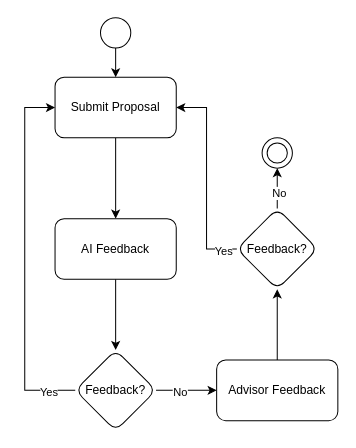
Before: gpt-feedback-process.drawio in fabian-emilius/bachelor-thesis-charts, a draw.io diagram. Source tidied: cells renumbered, new cells numbered last; positions are measured from the earlier drawing's top-left corner, leaving out a move shared by most shapes. Both pictures are drawn from the tidied source at 101%, with x=0, y=0 at pixel (24, 17).
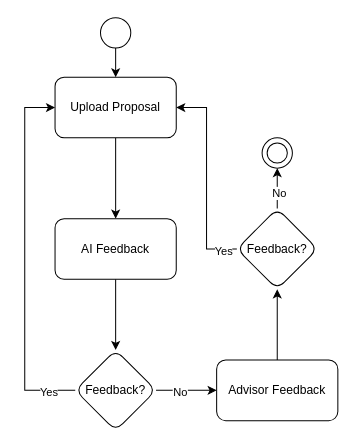
Above is the later version.

Diff of the diagram source:
```diff
@@
-    <mxCell id="3" value="Submit Proposal" style="rounded=1;whiteSpace=wrap;html=1;" parent="1" vertex="1">
+    <mxCell id="3" value="Upload Proposal" style="rounded=1;whiteSpace=wrap;html=1;" parent="1" vertex="1">
       <mxGeometry x="30" y="59" width="120" height="60" as="geometry" />
     </mxCell>
```
